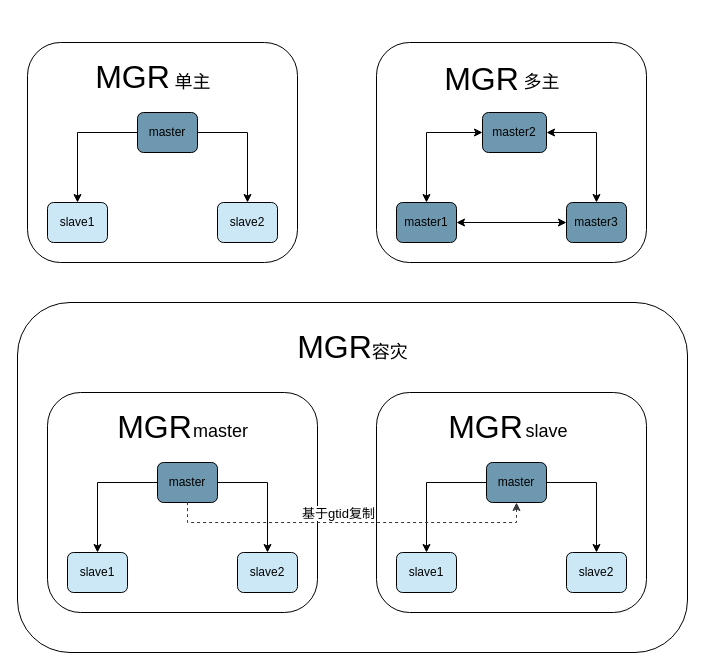
maopashui/drawio keeps this draw.io diagram as page "MySQL-MGR" (2 of 7) of dbscan/dbscan.drawio. Above is the earlier version. Source tidied: cells renumbered, new cells numbered last; positions are measured from the earlier drawing's top-left corner, leaving out a move shared by most shapes. Both pictures are drawn from the tidied source at 100%, with x=0, y=0 at pixel (17, 17).
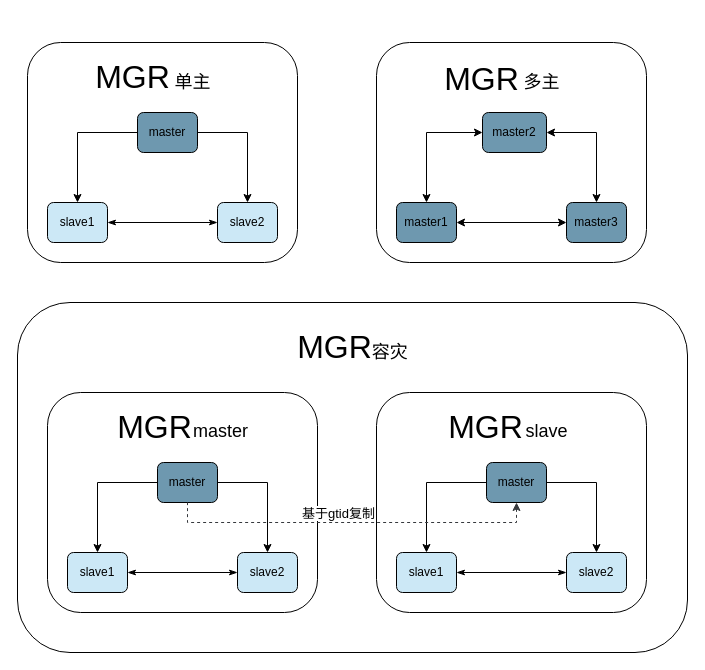
The same diagram, later.

Commit message:
修改mgr之间的关系

Unchanged cells that the change refers to:
```xml
<mxCell id="3" value="slave1" style="rounded=1;whiteSpace=wrap;html=1;glass=0;fillColor=#CCE8F6;" parent="1" vertex="1">
  <mxGeometry x="30" y="185" width="60" height="40" as="geometry" />
</mxCell>
<mxCell id="4" value="slave2" style="rounded=1;whiteSpace=wrap;html=1;glass=0;fillColor=#CCE8F6;" parent="1" vertex="1">
  <mxGeometry x="200" y="185" width="60" height="40" as="geometry" />
</mxCell>
<mxCell id="22" value="slave1" style="rounded=1;whiteSpace=wrap;html=1;glass=0;fillColor=#CCE8F6;" parent="1" vertex="1">
  <mxGeometry x="50" y="535" width="60" height="40" as="geometry" />
</mxCell>
<mxCell id="23" value="slave2" style="rounded=1;whiteSpace=wrap;html=1;glass=0;fillColor=#CCE8F6;" parent="1" vertex="1">
  <mxGeometry x="220" y="535" width="60" height="40" as="geometry" />
</mxCell>
<mxCell id="28" value="slave1" style="rounded=1;whiteSpace=wrap;html=1;glass=0;fillColor=#CCE8F6;" parent="1" vertex="1">
  <mxGeometry x="379" y="535" width="60" height="40" as="geometry" />
</mxCell>
<mxCell id="29" value="slave2" style="rounded=1;whiteSpace=wrap;html=1;glass=0;fillColor=#CCE8F6;" parent="1" vertex="1">
  <mxGeometry x="549" y="535" width="60" height="40" as="geometry" />
</mxCell>
```

The edit, as a diff of the source:
```diff
@@
+    <mxCell id="39" style="edgeStyle=orthogonalEdgeStyle;rounded=0;jettySize=auto;html=1;entryX=0;entryY=0.5;entryDx=0;entryDy=0;fontSize=18;startArrow=classicThin;startFill=1;endArrow=classicThin;endFill=1;" parent="1" edge="1" source="3" target="4">
+      <mxGeometry relative="1" as="geometry" />
+    </mxCell>
@@
+    <mxCell id="40" style="edgeStyle=orthogonalEdgeStyle;rounded=0;jettySize=auto;html=1;entryX=0;entryY=0.5;entryDx=0;entryDy=0;fontSize=18;startArrow=classicThin;startFill=1;endArrow=classicThin;endFill=1;" parent="1" edge="1" source="22" target="23">
+      <mxGeometry relative="1" as="geometry" />
+    </mxCell>
@@
+    <mxCell id="41" style="edgeStyle=orthogonalEdgeStyle;rounded=0;jettySize=auto;html=1;fontSize=18;startArrow=classicThin;startFill=1;endArrow=classicThin;endFill=1;" parent="1" edge="1" source="28" target="29">
+      <mxGeometry relative="1" as="geometry" />
+    </mxCell>
```
